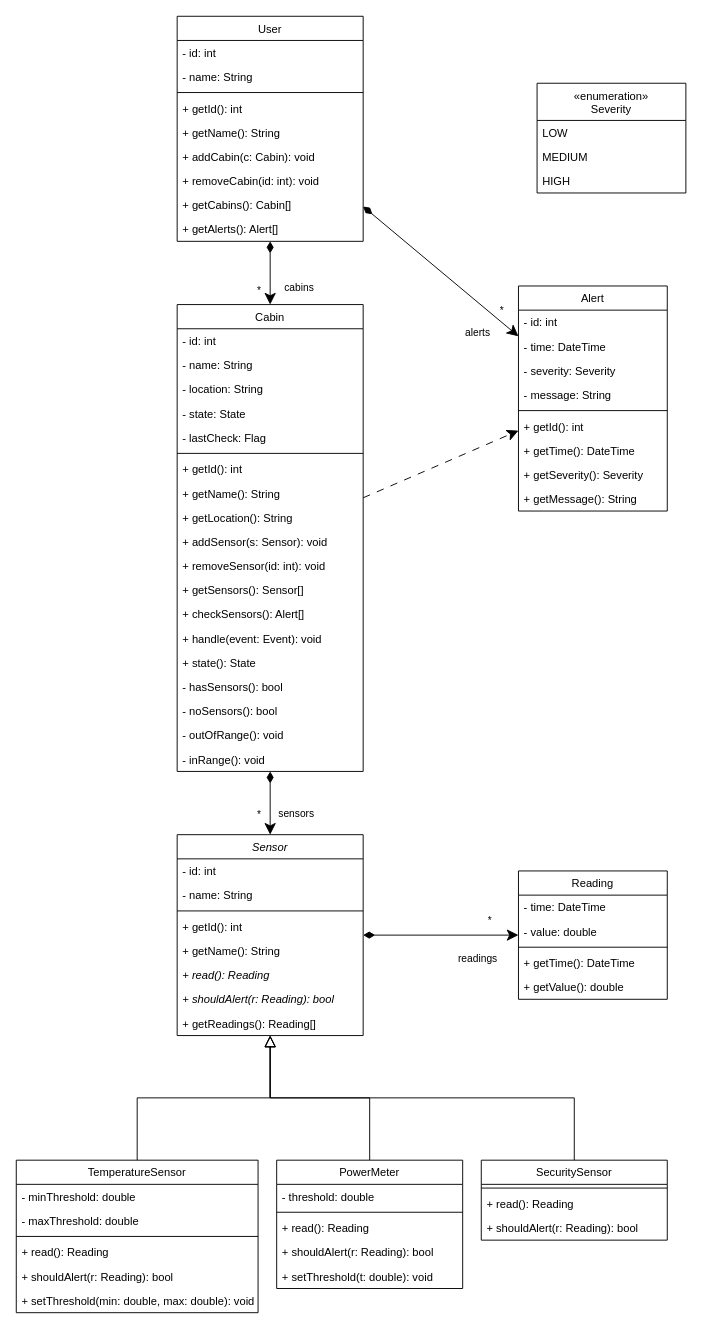
This is project/diagrams/input/class.drawio from Sergiu-Sturza/Assignment-1-Model-first-AI-second, a draw.io file, before an edit. Source tidied: cells renumbered, new cells numbered last; positions are measured from the earlier drawing's top-left corner, leaving out a move shared by most shapes. Both pictures are drawn from the tidied source at 93%, with x=0, y=0 at pixel (16, 16).
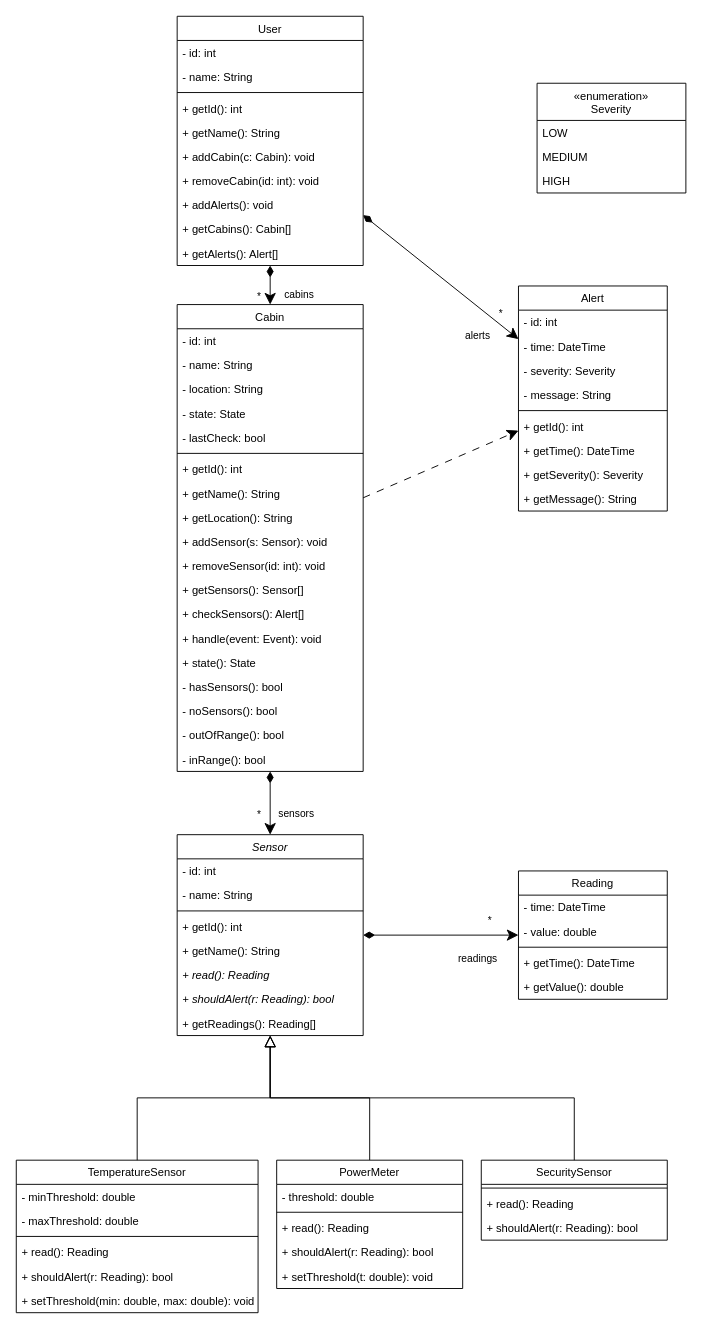
The same page after the edit.

Commit message:
fix class diagram from analysis

Unchanged cells that the change refers to:
```xml
<mxCell id="64" value="Cabin" style="swimlane;fontStyle=0;align=center;verticalAlign=top;horizontal=1;startSize=26;rounded=0;shadow=0;strokeWidth=1;" parent="1" vertex="1">
  <mxGeometry x="173" y="310" width="200" height="502" as="geometry" />
</mxCell>
```

The edit, as a diff of the source:
```diff
@@
     <mxCell id="51" value="User" style="swimlane;fontStyle=0;align=center;verticalAlign=top;horizontal=1;startSize=26;rounded=0;shadow=0;strokeWidth=1;" parent="1" vertex="1">
-      <mxGeometry x="173" width="200" height="242" as="geometry" />
+      <mxGeometry x="173" width="200" height="268" as="geometry" />
     </mxCell>
@@
+    <mxCell id="94" value="+ addAlerts(): void" style="text;align=left;verticalAlign=top;spacingLeft=4;spacingRight=4;overflow=hidden;rounded=0;shadow=0;html=0;" parent="51" vertex="1">
+      <mxGeometry y="190" width="200" height="26" as="geometry" />
+    </mxCell>
     <mxCell id="59" value="+ getCabins(): Cabin[]" style="text;align=left;verticalAlign=top;spacingLeft=4;spacingRight=4;overflow=hidden;rounded=0;shadow=0;html=0;" parent="51" vertex="1">
-      <mxGeometry y="190" width="200" height="26" as="geometry" />
+      <mxGeometry y="216" width="200" height="26" as="geometry" />
     </mxCell>
     <mxCell id="60" value="+ getAlerts(): Alert[]" style="text;align=left;verticalAlign=top;spacingLeft=4;spacingRight=4;overflow=hidden;rounded=0;shadow=0;html=0;" parent="51" vertex="1">
-      <mxGeometry y="216" width="200" height="26" as="geometry" />
+      <mxGeometry y="242" width="200" height="26" as="geometry" />
     </mxCell>
@@
-    <mxCell id="69" value="- lastCheck: Flag" style="text;align=left;verticalAlign=top;spacingLeft=4;spacingRight=4;overflow=hidden;" parent="64" vertex="1">
+    <mxCell id="69" value="- lastCheck: bool" style="text;align=left;verticalAlign=top;spacingLeft=4;spacingRight=4;overflow=hidden;" parent="64" vertex="1">
       <mxGeometry y="130" width="200" height="26" as="geometry" />
     </mxCell>
@@
-    <mxCell id="82" value="- outOfRange(): void" style="text;align=left;verticalAlign=top;spacingLeft=4;spacingRight=4;overflow=hidden;rounded=0;shadow=0;html=0;" parent="64" vertex="1">
+    <mxCell id="82" value="- outOfRange(): bool" style="text;align=left;verticalAlign=top;spacingLeft=4;spacingRight=4;overflow=hidden;rounded=0;shadow=0;html=0;" parent="64" vertex="1">
       <mxGeometry y="450" width="200" height="26" as="geometry" />
     </mxCell>
-    <mxCell id="83" value="- inRange(): void" style="text;align=left;verticalAlign=top;spacingLeft=4;spacingRight=4;overflow=hidden;rounded=0;shadow=0;html=0;" parent="64" vertex="1">
+    <mxCell id="83" value="- inRange(): bool" style="text;align=left;verticalAlign=top;spacingLeft=4;spacingRight=4;overflow=hidden;rounded=0;shadow=0;html=0;" parent="64" vertex="1">
       <mxGeometry y="476" width="200" height="26" as="geometry" />
     </mxCell>
```
